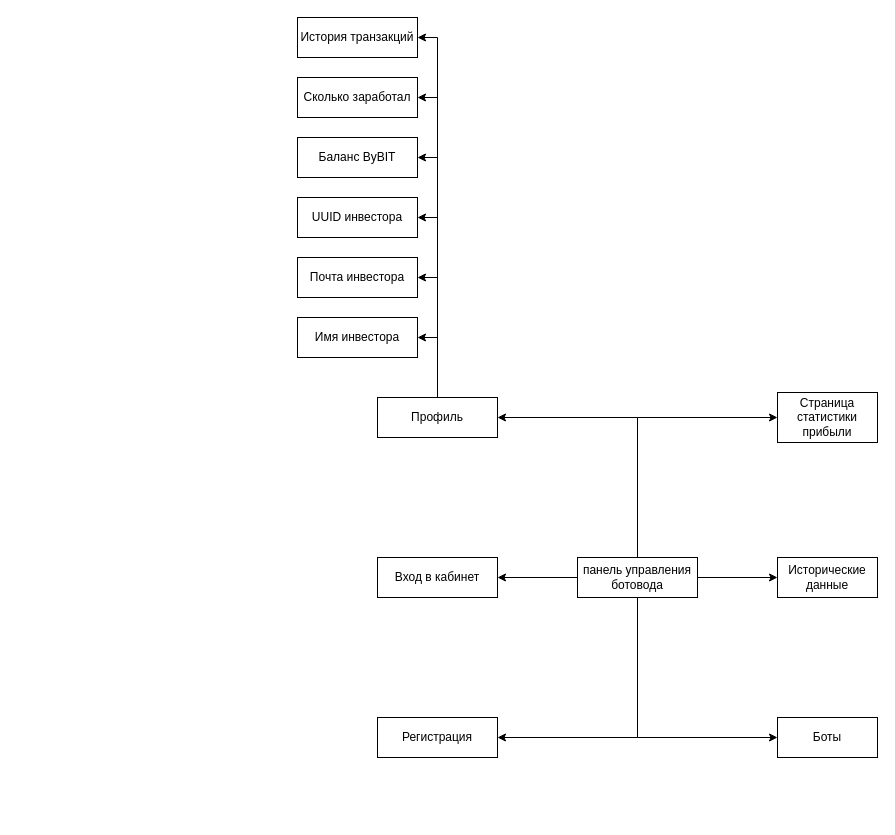
Before: botovod3000.drawio in d1vinel3af/botovod3000, a draw.io diagram. Source tidied: cells renumbered, new cells numbered last; positions are measured from the earlier drawing's top-left corner, leaving out a move shared by most shapes. Both pictures are drawn from the tidied source at 100%, with x=0, y=0 at pixel (297, 17).
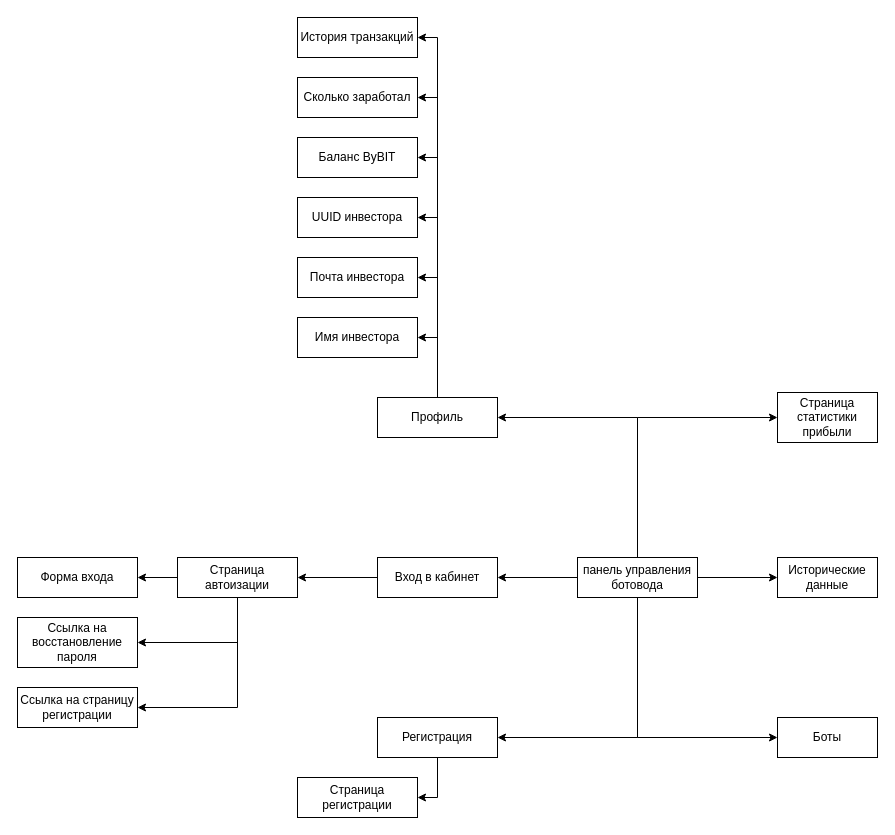
Above is the later version.

Commit message (it also covers changes not shown here):
Начал добавл схему drawio, начал работать над тем: что нужно проекту и накидывать всё в схему

Unchanged cells that the change refers to:
```xml
<mxCell id="9" value="Вход в кабинет" style="rounded=0;whiteSpace=wrap;html=1;" parent="1" vertex="1">
  <mxGeometry x="80" y="540" width="120" height="40" as="geometry" />
</mxCell>
<mxCell id="10" value="Регистрация" style="rounded=0;whiteSpace=wrap;html=1;" parent="1" vertex="1">
  <mxGeometry x="80" y="700" width="120" height="40" as="geometry" />
</mxCell>
```

Change to the diagram source:
```diff
@@
+    <mxCell id="27" style="edgeStyle=orthogonalEdgeStyle;rounded=0;jettySize=auto;html=1;" parent="1" edge="1" source="9" target="32">
+      <mxGeometry relative="1" as="geometry" />
+    </mxCell>
@@
+    <mxCell id="28" style="edgeStyle=orthogonalEdgeStyle;rounded=0;jettySize=auto;html=1;entryX=1;entryY=0.5;entryDx=0;entryDy=0;" parent="1" edge="1" source="10" target="33">
+      <mxGeometry relative="1" as="geometry" />
+    </mxCell>
@@
+    <mxCell id="29" style="edgeStyle=orthogonalEdgeStyle;rounded=0;jettySize=auto;html=1;" parent="1" edge="1" source="32" target="34">
+      <mxGeometry relative="1" as="geometry" />
+    </mxCell>
+    <mxCell id="30" style="edgeStyle=orthogonalEdgeStyle;rounded=0;jettySize=auto;html=1;entryX=1;entryY=0.5;entryDx=0;entryDy=0;" parent="1" edge="1" source="32" target="35">
+      <mxGeometry relative="1" as="geometry">
+        <Array as="points">
+          <mxPoint x="-60" y="625" />
+        </Array>
+      </mxGeometry>
+    </mxCell>
+    <mxCell id="31" style="edgeStyle=orthogonalEdgeStyle;rounded=0;jettySize=auto;html=1;entryX=1;entryY=0.5;entryDx=0;entryDy=0;" parent="1" edge="1" source="32" target="36">
+      <mxGeometry relative="1" as="geometry">
+        <Array as="points">
+          <mxPoint x="-60" y="690" />
+        </Array>
+      </mxGeometry>
+    </mxCell>
+    <mxCell id="32" value="Страница автоизации" style="rounded=0;whiteSpace=wrap;html=1;" parent="1" vertex="1">
+      <mxGeometry x="-120" y="540" width="120" height="40" as="geometry" />
+    </mxCell>
+    <mxCell id="33" value="Страница регистрации" style="rounded=0;whiteSpace=wrap;html=1;" parent="1" vertex="1">
+      <mxGeometry y="760" width="120" height="40" as="geometry" />
+    </mxCell>
+    <mxCell id="34" value="Форма входа" style="rounded=0;whiteSpace=wrap;html=1;" parent="1" vertex="1">
+      <mxGeometry x="-280" y="540" width="120" height="40" as="geometry" />
+    </mxCell>
+    <mxCell id="35" value="Ссылка на восстановление пароля" style="rounded=0;whiteSpace=wrap;html=1;" parent="1" vertex="1">
+      <mxGeometry x="-280" y="600" width="120" height="50" as="geometry" />
+    </mxCell>
+    <mxCell id="36" value="Ссылка на страницу регистрации" style="rounded=0;whiteSpace=wrap;html=1;" parent="1" vertex="1">
+      <mxGeometry x="-280" y="670" width="120" height="40" as="geometry" />
+    </mxCell>
```
